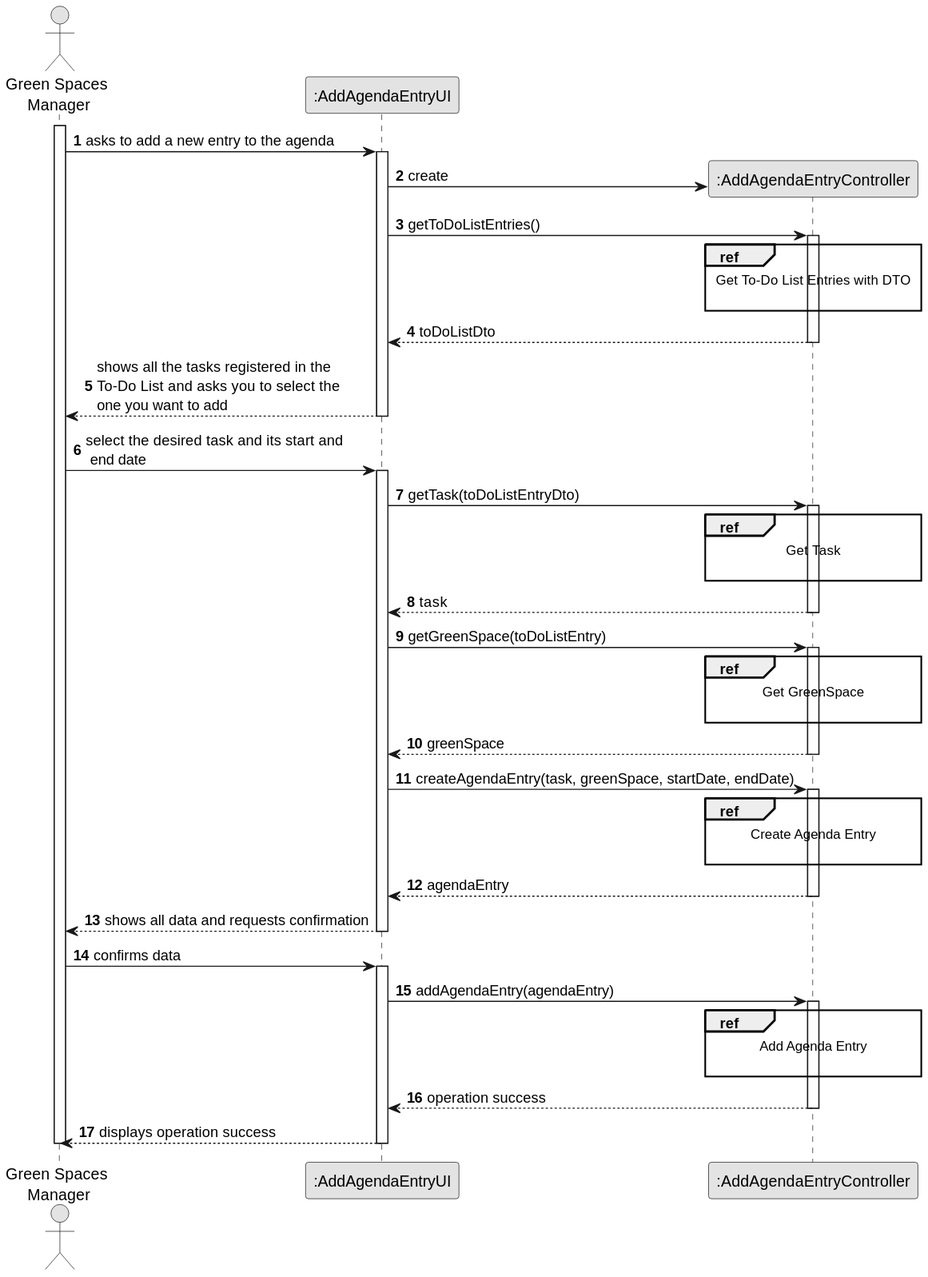
Earlier version of the PlantUML export docs/sprintC/us022/03.design/svg/us022-sequence-diagram-split.svg (diogoveirospro/lei-24-s2-1dg-g072).
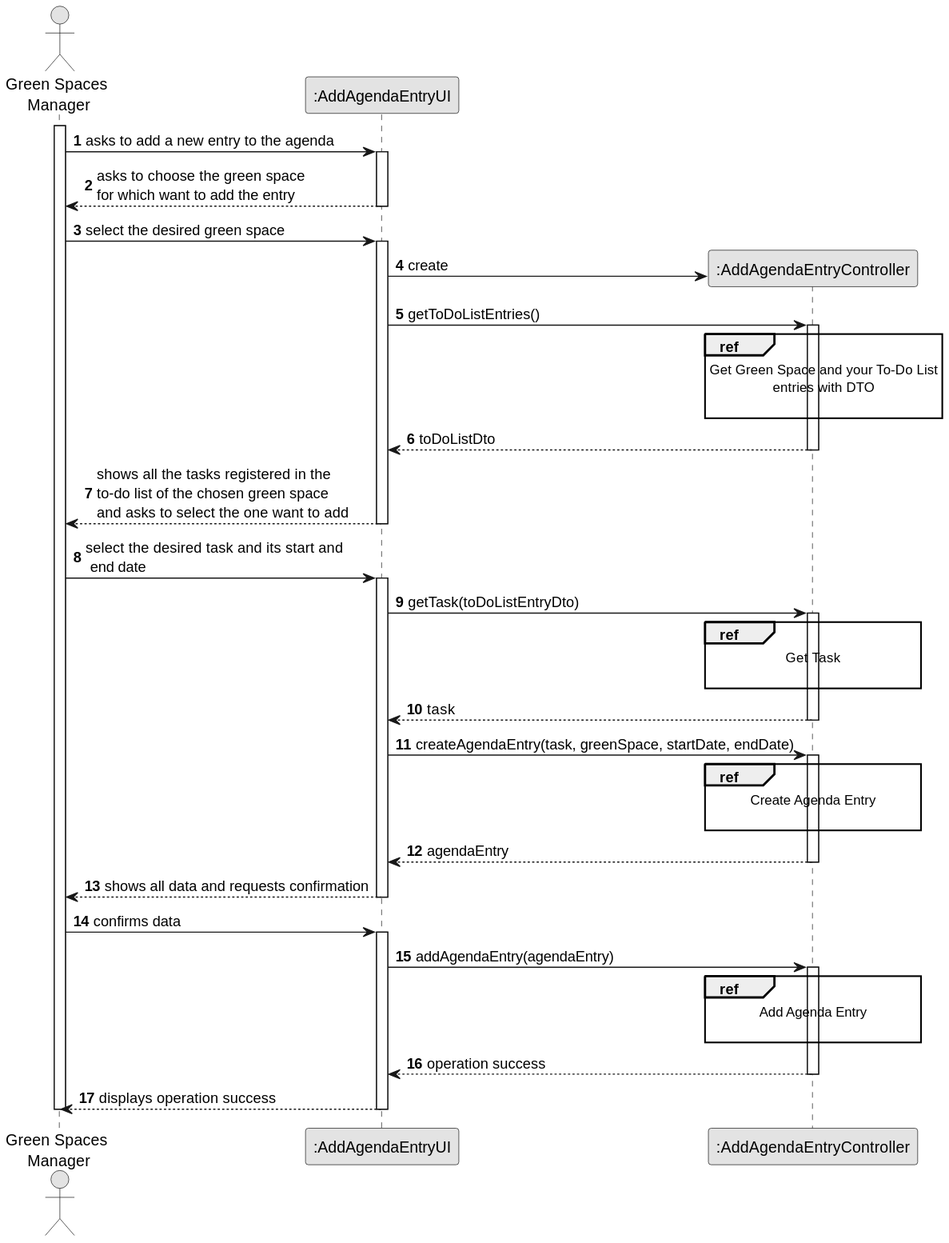
Later version of the same file.

Change to the diagram source:
```diff
@@ -14,20 +14,27 @@
     GSM -> UI : asks to add a new entry to the agenda
     activate UI
 
+        UI --> GSM : asks to choose the green space \nfor which want to add the entry
+    deactivate UI
+
+    GSM -> UI : select the desired green space
+    activate UI
+
         UI -> CTRL** : create
 
         UI -> CTRL : getToDoListEntries()
         activate CTRL
 
            ref over CTRL
-           Get To-Do List Entries with DTO
+           Get Green Space and your To-Do List
+           entries with DTO
 
            end
 
             CTRL --> UI : toDoListDto
         deactivate CTRL
 
-        UI --> GSM: shows all the tasks registered in the \nTo-Do List and asks you to select the \none you want to add
+        UI --> GSM: shows all the tasks registered in the \nto-do list of the chosen green space \nand asks to select the one want to add
     deactivate UI
 
     GSM -> UI: select the desired task and its start and\n end date
@@ -42,17 +49,6 @@
             end
 
             CTRL --> UI : task
-        deactivate CTRL
-
-        UI -> CTRL : getGreenSpace(toDoListEntry)
-        activate CTRL
-
-            ref over CTRL
-            Get GreenSpace
-
-            end
-
-            CTRL --> UI : greenSpace
         deactivate CTRL
 
         UI -> CTRL : createAgendaEntry(task, greenSpace, startDate, endDate)
```
